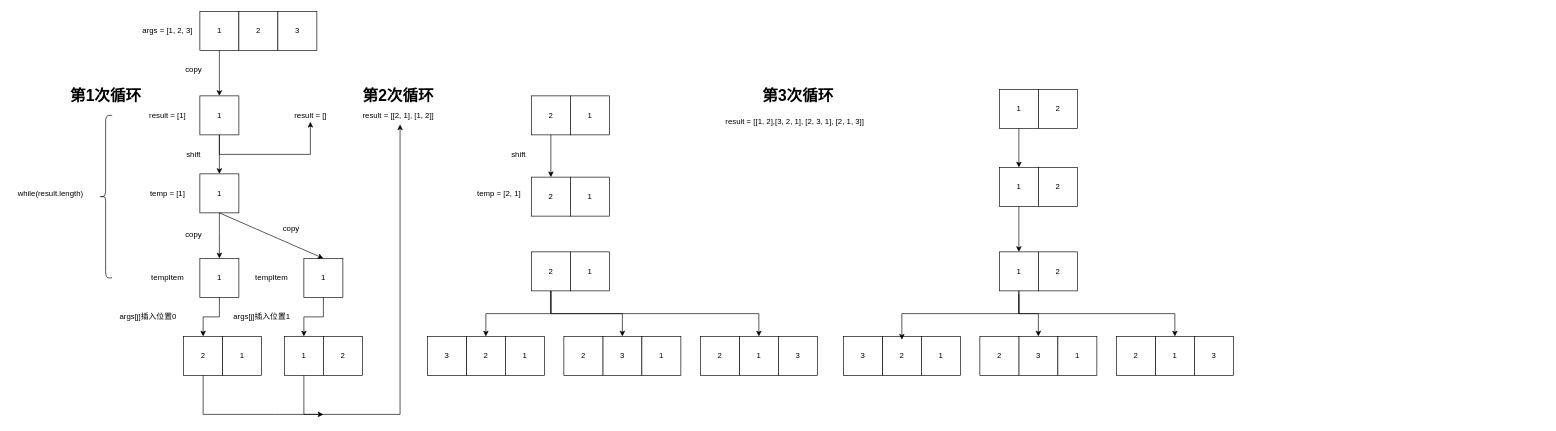
Above: Untitled Diagram.drawio in SimThread/prototype (draw.io), before the change. Source tidied: cells renumbered, new cells numbered last; positions are measured from the earlier drawing's top-left corner, leaving out a move shared by most shapes. Both pictures are drawn from the tidied source at 65%, with x=0, y=0 at pixel (11, 11).
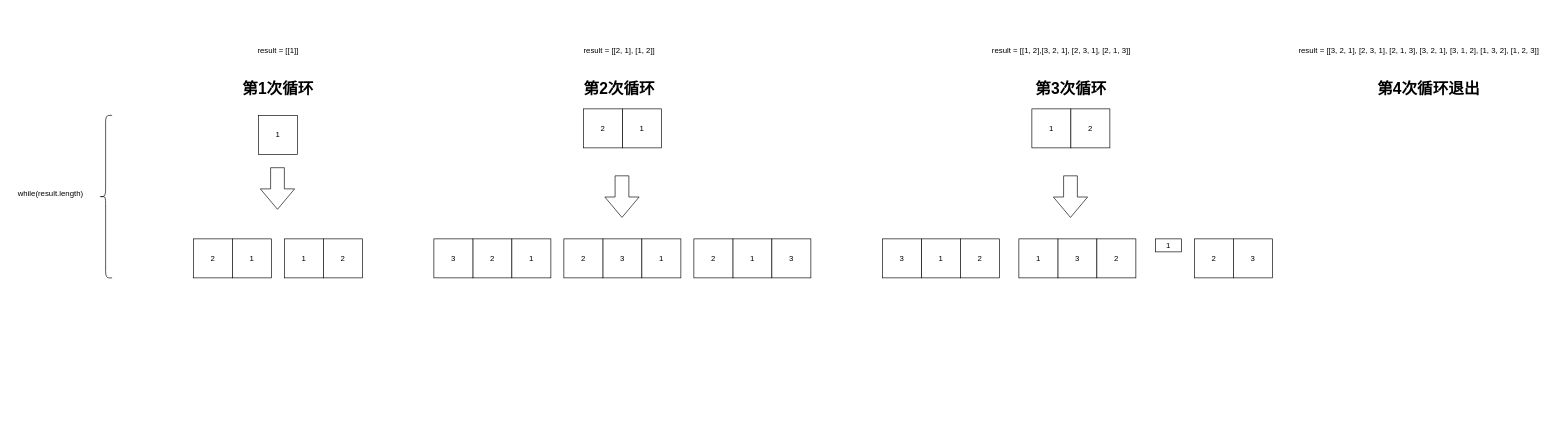
The same diagram, later.

Commit message (it also covers changes not shown here):
01-广度优先实现全排列.drawio

Unchanged cells that the change refers to:
```xml
<mxCell id="22" value="1" style="rounded=0;whiteSpace=wrap;html=1;" parent="21" vertex="1">
  <mxGeometry width="60" height="60" as="geometry" />
</mxCell>
<mxCell id="61" value="1" style="rounded=0;whiteSpace=wrap;html=1;" parent="60" vertex="1">
  <mxGeometry width="60" height="60" as="geometry" />
</mxCell>
<mxCell id="65" value="2" style="rounded=0;whiteSpace=wrap;html=1;" parent="64" vertex="1">
  <mxGeometry width="60" height="60" as="geometry" />
</mxCell>
<mxCell id="70" value="3" style="rounded=0;whiteSpace=wrap;html=1;" parent="69" vertex="1">
  <mxGeometry width="60" height="60" as="geometry" />
</mxCell>
<mxCell id="75" value="1" style="rounded=0;whiteSpace=wrap;html=1;" parent="74" vertex="1">
  <mxGeometry width="60" height="60" as="geometry" />
</mxCell>
<mxCell id="79" style="group;" parent="78" vertex="1">
  <mxGeometry x="60" width="120" height="60" as="geometry" />
</mxCell>
<mxCell id="84" style="group;" parent="83" vertex="1">
  <mxGeometry x="60" width="120" height="60" as="geometry" />
</mxCell>
<mxCell id="85" value="3" style="rounded=0;whiteSpace=wrap;html=1;" parent="84" vertex="1">
  <mxGeometry width="60" height="60" as="geometry" />
</mxCell>
<mxCell id="89" style="group;" parent="88" vertex="1">
  <mxGeometry x="60" width="120" height="60" as="geometry" />
</mxCell>
```

Diff of the diagram source:
```diff
@@
-    <mxCell id="2" value="result = [1]" style="text;html=1;align=center;verticalAlign=middle;strokeColor=none;" parent="1" vertex="1">
-      <mxGeometry x="205" y="150" width="70" height="20" as="geometry" />
-    </mxCell>
-    <mxCell id="3" value="args = [1, 2, 3]" style="text;html=1;align=center;verticalAlign=middle;strokeColor=none;" parent="1" vertex="1">
-      <mxGeometry x="195" y="20" width="90" height="20" as="geometry" />
-    </mxCell>
-    <mxCell id="4" style="edgeStyle=orthogonalEdgeStyle;rounded=0;jettySize=auto;html=1;" parent="1" edge="1" source="6" target="46">
-      <mxGeometry relative="1" as="geometry">
-        <Array as="points">
-          <mxPoint x="320" y="220" />
-          <mxPoint x="460" y="220" />
-        </Array>
-      </mxGeometry>
-    </mxCell>
-    <mxCell id="5" style="edgeStyle=orthogonalEdgeStyle;rounded=0;jettySize=auto;html=1;" parent="1" edge="1" source="6" target="8">
-      <mxGeometry relative="1" as="geometry" />
-    </mxCell>
-    <mxCell id="6" value="1" style="rounded=0;whiteSpace=wrap;html=1;" parent="1" vertex="1">
-      <mxGeometry x="290" y="130" width="60" height="60" as="geometry" />
-    </mxCell>
-    <mxCell id="7" value="temp = [1]" style="text;html=1;align=center;verticalAlign=middle;strokeColor=none;" parent="1" vertex="1">
-      <mxGeometry x="205" y="270" width="70" height="20" as="geometry" />
-    </mxCell>
-    <mxCell id="8" value="1" style="rounded=0;whiteSpace=wrap;html=1;" parent="1" vertex="1">
-      <mxGeometry x="290" y="250" width="60" height="60" as="geometry" />
-    </mxCell>
-    <mxCell id="9" value="tempItem" style="text;html=1;align=center;verticalAlign=middle;strokeColor=none;" parent="1" vertex="1">
-      <mxGeometry x="205" y="400" width="70" height="20" as="geometry" />
-    </mxCell>
-    <mxCell id="10" style="edgeStyle=orthogonalEdgeStyle;rounded=0;jettySize=auto;html=1;exitX=0.5;exitY=1;exitDx=0;exitDy=0;entryX=0.5;entryY=0;entryDx=0;entryDy=0;" parent="1" edge="1" source="11" target="17">
-      <mxGeometry relative="1" as="geometry" />
-    </mxCell>
-    <mxCell id="11" value="1" style="rounded=0;whiteSpace=wrap;html=1;" parent="1" vertex="1">
-      <mxGeometry x="290" y="380" width="60" height="60" as="geometry" />
-    </mxCell>
-    <mxCell id="12" style="edgeStyle=orthogonalEdgeStyle;rounded=0;jettySize=auto;html=1;entryX=0.5;entryY=0;entryDx=0;entryDy=0;" parent="1" edge="1" source="13" target="22">
-      <mxGeometry relative="1" as="geometry" />
-    </mxCell>
     <mxCell id="13" value="1" style="rounded=0;whiteSpace=wrap;html=1;" parent="1" vertex="1">
-      <mxGeometry x="450" y="380" width="60" height="60" as="geometry" />
+      <mxGeometry x="380" y="160" width="60" height="60" as="geometry" />
     </mxCell>
-    <mxCell id="14" style="group;" parent="1" vertex="1">
-      <mxGeometry x="290" y="440" width="145" height="60" as="geometry" />
-    </mxCell>
-    <mxCell id="15" style="group;" parent="14" vertex="1">
-      <mxGeometry width="145" height="60" as="geometry" />
-    </mxCell>
-    <mxCell id="16" style="group;" parent="15" vertex="1">
-      <mxGeometry x="-25" y="60" width="120" height="60" as="geometry" />
-    </mxCell>
-    <mxCell id="17" value="2" style="rounded=0;whiteSpace=wrap;html=1;" parent="16" vertex="1">
-      <mxGeometry width="60" height="60" as="geometry" />
-    </mxCell>
-    <mxCell id="18" value="1" style="rounded=0;whiteSpace=wrap;html=1;" parent="16" vertex="1">
-      <mxGeometry x="60" width="60" height="60" as="geometry" />
-    </mxCell>
-    <mxCell id="19" value="args[j]插入位置1" style="text;html=1;align=center;verticalAlign=middle;strokeColor=none;" parent="15" vertex="1">
-      <mxGeometry x="45" y="20" width="100" height="20" as="geometry" />
-    </mxCell>
     <mxCell id="20" style="group;" parent="1" vertex="1">
-      <mxGeometry x="420" y="500" width="120" height="60" as="geometry" />
+      <mxGeometry x="420" y="350" width="120" height="60" as="geometry" />
     </mxCell>
@@
-    <mxCell id="24" style="group;" parent="1" vertex="1">
-      <mxGeometry x="290" width="180" height="60" as="geometry" />
-    </mxCell>
-    <mxCell id="25" value="1" style="rounded=0;whiteSpace=wrap;html=1;" parent="24" vertex="1">
-      <mxGeometry width="60" height="60" as="geometry" />
-    </mxCell>
-    <mxCell id="26" value="2" style="rounded=0;whiteSpace=wrap;html=1;" parent="24" vertex="1">
-      <mxGeometry x="60" width="60" height="60" as="geometry" />
-    </mxCell>
-    <mxCell id="27" value="3" style="rounded=0;whiteSpace=wrap;html=1;" parent="24" vertex="1">
-      <mxGeometry x="120" width="60" height="60" as="geometry" />
-    </mxCell>
-    <mxCell id="28" style="endArrow=classic;html=1;exitX=0.5;exitY=1;exitDx=0;exitDy=0;entryX=0.5;entryY=0;entryDx=0;entryDy=0;entryPerimeter=0;" parent="1" edge="1" source="8" target="11">
-      <mxGeometry relative="1" as="geometry">
-        <Array as="points">
-          <mxPoint x="320" y="350" />
-        </Array>
-      </mxGeometry>
-    </mxCell>
-    <mxCell id="29" style="endArrow=classic;html=1;exitX=0.5;exitY=1;exitDx=0;exitDy=0;entryX=0.5;entryY=0;entryDx=0;entryDy=0;" parent="1" edge="1" source="8" target="13">
-      <mxGeometry relative="1" as="geometry" />
-    </mxCell>
-    <mxCell id="30" value="copy" style="text;html=1;align=center;verticalAlign=middle;strokeColor=none;" parent="1" vertex="1">
-      <mxGeometry x="260" y="334" width="40" height="20" as="geometry" />
-    </mxCell>
-    <mxCell id="31" value="copy" style="text;html=1;align=center;verticalAlign=middle;strokeColor=none;" parent="1" vertex="1">
-      <mxGeometry x="410" y="324" width="40" height="20" as="geometry" />
-    </mxCell>
-    <mxCell id="32" style="edgeStyle=orthogonalEdgeStyle;rounded=0;jettySize=auto;html=1;entryX=0.5;entryY=0;entryDx=0;entryDy=0;" parent="1" edge="1" source="25" target="6">
-      <mxGeometry relative="1" as="geometry" />
-    </mxCell>
-    <mxCell id="33" value="copy" style="text;html=1;align=center;verticalAlign=middle;strokeColor=none;" parent="1" vertex="1">
-      <mxGeometry x="260" y="80" width="40" height="20" as="geometry" />
-    </mxCell>
-    <mxCell id="34" value="shift" style="text;html=1;align=center;verticalAlign=middle;strokeColor=none;" parent="1" vertex="1">
-      <mxGeometry x="260" y="210" width="40" height="20" as="geometry" />
-    </mxCell>
@@
-    <mxCell id="37" style="group;" parent="1" vertex="1">
-      <mxGeometry x="800" y="130" width="120" height="60" as="geometry" />
-    </mxCell>
-    <mxCell id="38" value="2" style="rounded=0;whiteSpace=wrap;html=1;" parent="37" vertex="1">
-      <mxGeometry width="60" height="60" as="geometry" />
-    </mxCell>
-    <mxCell id="39" value="1" style="rounded=0;whiteSpace=wrap;html=1;" parent="37" vertex="1">
-      <mxGeometry x="60" width="60" height="60" as="geometry" />
-    </mxCell>
     <mxCell id="40" value="result = [[2, 1], [1, 2]]" style="text;html=1;align=center;verticalAlign=middle;points=[];strokeColor=none;" parent="1" vertex="1">
-      <mxGeometry x="530" y="150" width="130" height="20" as="geometry" />
+      <mxGeometry x="870" y="50" width="130" height="20" as="geometry" />
     </mxCell>
-    <mxCell id="41" style="edgeStyle=orthogonalEdgeStyle;rounded=0;jettySize=auto;html=1;entryX=0.523;entryY=1.2;entryDx=0;entryDy=0;entryPerimeter=0;" parent="1" edge="1" source="17" target="40">
-      <mxGeometry relative="1" as="geometry">
-        <Array as="points">
-          <mxPoint x="405" y="620" />
-          <mxPoint x="698" y="620" />
-        </Array>
-      </mxGeometry>
-    </mxCell>
-    <mxCell id="42" style="edgeStyle=orthogonalEdgeStyle;rounded=0;jettySize=auto;html=1;" parent="1" edge="1" source="22">
-      <mxGeometry relative="1" as="geometry">
-        <mxPoint x="480" y="620" as="targetPoint" />
-        <Array as="points">
-          <mxPoint x="450" y="620" />
-        </Array>
-      </mxGeometry>
-    </mxCell>
-    <mxCell id="43" value="temp = [2, 1]" style="text;html=1;align=center;verticalAlign=middle;strokeColor=none;" parent="1" vertex="1">
-      <mxGeometry x="710" y="270" width="80" height="20" as="geometry" />
-    </mxCell>
-    <mxCell id="44" style="edgeStyle=orthogonalEdgeStyle;rounded=0;jettySize=auto;html=1;entryX=0.5;entryY=0;entryDx=0;entryDy=0;" parent="1" edge="1" source="38" target="53">
-      <mxGeometry relative="1" as="geometry" />
-    </mxCell>
-    <mxCell id="45" value="shift" style="text;html=1;align=center;verticalAlign=middle;strokeColor=none;" parent="1" vertex="1">
-      <mxGeometry x="760" y="210" width="40" height="20" as="geometry" />
-    </mxCell>
-    <mxCell id="46" value="result = []" style="text;html=1;align=center;verticalAlign=middle;points=[];strokeColor=none;rotation=0;" parent="1" vertex="1">
-      <mxGeometry x="425" y="150" width="70" height="20" as="geometry" />
-    </mxCell>
-    <mxCell id="47" value="args[j]插入位置0" style="text;html=1;align=center;verticalAlign=middle;strokeColor=none;" parent="1" vertex="1">
-      <mxGeometry x="160" y="460" width="100" height="20" as="geometry" />
-    </mxCell>
-    <mxCell id="48" value="tempItem" style="text;html=1;align=center;verticalAlign=middle;strokeColor=none;" parent="1" vertex="1">
-      <mxGeometry x="365" y="400" width="70" height="20" as="geometry" />
-    </mxCell>
     <mxCell id="49" value="第1次循环" style="text;strokeColor=none;fillColor=none;html=1;fontSize=24;fontStyle=1;verticalAlign=middle;align=center;" parent="1" vertex="1">
-      <mxGeometry x="95" y="110" width="100" height="40" as="geometry" />
+      <mxGeometry x="360" y="100" width="100" height="40" as="geometry" />
     </mxCell>
     <mxCell id="50" value="第2次循环" style="text;strokeColor=none;fillColor=none;html=1;fontSize=24;fontStyle=1;verticalAlign=middle;align=center;" parent="1" vertex="1">
-      <mxGeometry x="545" y="110" width="100" height="40" as="geometry" />
+      <mxGeometry x="885" y="100" width="100" height="40" as="geometry" />
     </mxCell>
-    <mxCell id="51" style="group;" parent="1" vertex="1">
-      <mxGeometry x="800" y="255" width="120" height="60" as="geometry" />
-    </mxCell>
-    <mxCell id="52" style="group;" parent="51" vertex="1">
-      <mxGeometry width="120" height="60" as="geometry" />
-    </mxCell>
-    <mxCell id="53" value="2" style="rounded=0;whiteSpace=wrap;html=1;" parent="52" vertex="1">
-      <mxGeometry width="60" height="60" as="geometry" />
-    </mxCell>
-    <mxCell id="54" value="1" style="rounded=0;whiteSpace=wrap;html=1;" parent="52" vertex="1">
-      <mxGeometry x="60" width="60" height="60" as="geometry" />
-    </mxCell>
-    <mxCell id="55" style="group;" parent="1" vertex="1">
-      <mxGeometry x="800" y="370" width="120" height="60" as="geometry" />
-    </mxCell>
-    <mxCell id="56" style="group;" parent="55" vertex="1">
-      <mxGeometry width="120" height="60" as="geometry" />
-    </mxCell>
-    <mxCell id="57" style="group;" parent="56" vertex="1">
-      <mxGeometry width="120" height="60" as="geometry" />
-    </mxCell>
-    <mxCell id="58" value="2" style="rounded=0;whiteSpace=wrap;html=1;" parent="57" vertex="1">
-      <mxGeometry width="60" height="60" as="geometry" />
-    </mxCell>
-    <mxCell id="59" value="1" style="rounded=0;whiteSpace=wrap;html=1;" parent="57" vertex="1">
-      <mxGeometry x="60" width="60" height="60" as="geometry" />
-    </mxCell>
     <mxCell id="60" style="group;" parent="1" vertex="1">
-      <mxGeometry x="1520" y="370" width="120" height="60" as="geometry" />
+      <mxGeometry x="1570" y="150" width="120" height="60" as="geometry" />
     </mxCell>
@@
     <mxCell id="63" style="group;" parent="1" vertex="1">
-      <mxGeometry x="640" y="500" width="180" height="60" as="geometry" />
+      <mxGeometry x="650" y="350" width="180" height="60" as="geometry" />
     </mxCell>
@@
     <mxCell id="68" style="group;" parent="1" vertex="1">
-      <mxGeometry x="850" y="500" width="180" height="60" as="geometry" />
+      <mxGeometry x="850" y="350" width="180" height="60" as="geometry" />
     </mxCell>
@@
     <mxCell id="73" style="group;" parent="1" vertex="1">
-      <mxGeometry x="1060" y="500" width="180" height="60" as="geometry" />
+      <mxGeometry x="1050" y="350" width="180" height="60" as="geometry" />
     </mxCell>
@@
     <mxCell id="78" style="group;" parent="1" vertex="1">
-      <mxGeometry x="1280" y="500" width="180" height="60" as="geometry" />
+      <mxGeometry x="1340" y="350" width="180" height="60" as="geometry" />
     </mxCell>
@@
-    <mxCell id="80" value="2" style="rounded=0;whiteSpace=wrap;html=1;" parent="79" vertex="1">
+    <mxCell id="80" value="1" style="rounded=0;whiteSpace=wrap;html=1;" parent="79" vertex="1">
       <mxGeometry width="60" height="60" as="geometry" />
     </mxCell>
-    <mxCell id="81" value="1" style="rounded=0;whiteSpace=wrap;html=1;" parent="79" vertex="1">
+    <mxCell id="81" value="2" style="rounded=0;whiteSpace=wrap;html=1;" parent="79" vertex="1">
       <mxGeometry x="60" width="60" height="60" as="geometry" />
     </mxCell>
@@
     <mxCell id="83" style="group;" parent="1" vertex="1">
-      <mxGeometry x="1490" y="500" width="180" height="60" as="geometry" />
+      <mxGeometry x="1550" y="350" width="180" height="60" as="geometry" />
     </mxCell>
@@
-    <mxCell id="86" value="1" style="rounded=0;whiteSpace=wrap;html=1;" parent="84" vertex="1">
+    <mxCell id="86" value="2" style="rounded=0;whiteSpace=wrap;html=1;" parent="84" vertex="1">
       <mxGeometry x="60" width="60" height="60" as="geometry" />
     </mxCell>
-    <mxCell id="87" value="2" style="rounded=0;whiteSpace=wrap;html=1;" parent="83" vertex="1">
+    <mxCell id="87" value="1" style="rounded=0;whiteSpace=wrap;html=1;" parent="83" vertex="1">
       <mxGeometry width="60" height="60" as="geometry" />
     </mxCell>
     <mxCell id="88" style="group;" parent="1" vertex="1">
-      <mxGeometry x="1700" y="500" width="180" height="60" as="geometry" />
+      <mxGeometry x="1760" y="350" width="180" height="60" as="geometry" />
     </mxCell>
@@
-    <mxCell id="90" value="1" style="rounded=0;whiteSpace=wrap;html=1;" parent="89" vertex="1">
+    <mxCell id="90" value="2" style="rounded=0;whiteSpace=wrap;html=1;" parent="89" vertex="1">
       <mxGeometry width="60" height="60" as="geometry" />
     </mxCell>
@@
-    <mxCell id="92" value="2" style="rounded=0;whiteSpace=wrap;html=1;" parent="88" vertex="1">
-      <mxGeometry width="60" height="60" as="geometry" />
+    <mxCell id="92" value="1" style="rounded=0;whiteSpace=wrap;html=1;" parent="88" vertex="1" collapsed="1">
+      <mxGeometry width="40" height="20" as="geometry" />
     </mxCell>
-    <mxCell id="93" style="edgeStyle=orthogonalEdgeStyle;rounded=0;jettySize=auto;html=1;entryX=0.5;entryY=0;entryDx=0;entryDy=0;exitX=0.5;exitY=1;exitDx=0;exitDy=0;" parent="1" edge="1" source="58" target="65">
-      <mxGeometry relative="1" as="geometry" />
-    </mxCell>
-    <mxCell id="94" style="edgeStyle=orthogonalEdgeStyle;rounded=0;jettySize=auto;html=1;exitX=0.5;exitY=1;exitDx=0;exitDy=0;entryX=0.5;entryY=0;entryDx=0;entryDy=0;entryPerimeter=0;" parent="1" edge="1" source="58" target="70">
-      <mxGeometry relative="1" as="geometry" />
-    </mxCell>
-    <mxCell id="95" style="edgeStyle=orthogonalEdgeStyle;rounded=0;jettySize=auto;html=1;exitX=0.5;exitY=1;exitDx=0;exitDy=0;entryX=0.5;entryY=0;entryDx=0;entryDy=0;" parent="1" edge="1" source="58" target="75">
-      <mxGeometry relative="1" as="geometry" />
-    </mxCell>
-    <mxCell id="96" style="edgeStyle=orthogonalEdgeStyle;rounded=0;orthogonalLoop=1;jettySize=auto;html=1;entryX=0.5;entryY=0;entryDx=0;entryDy=0;" parent="1" edge="1">
-      <mxGeometry relative="1" as="geometry">
-        <mxPoint x="1550" y="435" as="sourcePoint" />
-        <mxPoint x="1370" y="505" as="targetPoint" />
-        <Array as="points">
-          <mxPoint x="1550" y="465" />
-          <mxPoint x="1370" y="465" />
-        </Array>
-      </mxGeometry>
-    </mxCell>
-    <mxCell id="97" style="edgeStyle=orthogonalEdgeStyle;rounded=0;jettySize=auto;html=1;entryX=0.5;entryY=0;entryDx=0;entryDy=0;" parent="1" edge="1" source="61" target="85">
-      <mxGeometry relative="1" as="geometry" />
-    </mxCell>
-    <mxCell id="98" style="edgeStyle=orthogonalEdgeStyle;rounded=0;jettySize=auto;html=1;exitX=0.5;exitY=1;exitDx=0;exitDy=0;" parent="1" edge="1" source="61" target="90">
-      <mxGeometry relative="1" as="geometry" />
-    </mxCell>
     <mxCell id="99" value="result = [[1, 2],[3, 2, 1], [2, 3, 1], [2, 1, 3]]" style="text;html=1;align=center;verticalAlign=middle;strokeColor=none;" parent="1" vertex="1">
-      <mxGeometry x="1090" y="160" width="230" height="20" as="geometry" />
+      <mxGeometry x="1500" y="50" width="230" height="20" as="geometry" />
     </mxCell>
     <mxCell id="100" value="第3次循环" style="text;strokeColor=none;fillColor=none;html=1;fontSize=24;fontStyle=1;verticalAlign=middle;align=center;" parent="1" vertex="1">
-      <mxGeometry x="1160" y="110" width="100" height="40" as="geometry" />
+      <mxGeometry x="1580" y="100" width="100" height="40" as="geometry" />
     </mxCell>
-    <mxCell id="101" style="group;" parent="1" vertex="1">
-      <mxGeometry x="1520" y="120" width="120" height="60" as="geometry" />
-    </mxCell>
-    <mxCell id="102" value="1" style="rounded=0;whiteSpace=wrap;html=1;" parent="101" vertex="1">
-      <mxGeometry width="60" height="60" as="geometry" />
-    </mxCell>
-    <mxCell id="103" value="2" style="rounded=0;whiteSpace=wrap;html=1;" parent="101" vertex="1">
-      <mxGeometry x="60" width="60" height="60" as="geometry" />
-    </mxCell>
-    <mxCell id="104" style="group;" parent="1" vertex="1">
-      <mxGeometry x="1520" y="240" width="120" height="60" as="geometry" />
-    </mxCell>
-    <mxCell id="105" value="1" style="rounded=0;whiteSpace=wrap;html=1;" parent="104" vertex="1">
-      <mxGeometry width="60" height="60" as="geometry" />
-    </mxCell>
-    <mxCell id="106" value="2" style="rounded=0;whiteSpace=wrap;html=1;" parent="104" vertex="1">
-      <mxGeometry x="60" width="60" height="60" as="geometry" />
-    </mxCell>
-    <mxCell id="107" style="edgeStyle=orthogonalEdgeStyle;rounded=0;jettySize=auto;html=1;entryX=0.5;entryY=0;entryDx=0;entryDy=0;" parent="1" edge="1" source="102" target="105">
-      <mxGeometry relative="1" as="geometry" />
-    </mxCell>
-    <mxCell id="108" style="edgeStyle=orthogonalEdgeStyle;rounded=0;jettySize=auto;html=1;entryX=0.5;entryY=0;entryDx=0;entryDy=0;" parent="1" edge="1" source="105" target="61">
-      <mxGeometry relative="1" as="geometry" />
-    </mxCell>
+    <mxCell id="16" style="group;" parent="1" vertex="1">
+      <mxGeometry x="280" y="350" width="120" height="60" as="geometry" />
+    </mxCell>
+    <mxCell id="17" value="2" style="rounded=0;whiteSpace=wrap;html=1;" parent="16" vertex="1">
+      <mxGeometry width="60" height="60" as="geometry" />
+    </mxCell>
+    <mxCell id="18" value="1" style="rounded=0;whiteSpace=wrap;html=1;" parent="16" vertex="1">
+      <mxGeometry x="60" width="60" height="60" as="geometry" />
+    </mxCell>
+    <mxCell id="109" value="result = [[1]]" style="text;html=1;align=center;verticalAlign=middle;strokeColor=none;" parent="1" vertex="1">
+      <mxGeometry x="370" y="50" width="80" height="20" as="geometry" />
+    </mxCell>
+    <mxCell id="110" style="group;" parent="1" vertex="1">
+      <mxGeometry x="880" y="150" width="120" height="60" as="geometry" />
+    </mxCell>
+    <mxCell id="39" value="1" style="rounded=0;whiteSpace=wrap;html=1;" parent="110" vertex="1">
+      <mxGeometry x="60" width="60" height="60" as="geometry" />
+    </mxCell>
+    <mxCell id="38" value="2" style="rounded=0;whiteSpace=wrap;html=1;" parent="110" vertex="1">
+      <mxGeometry width="60" height="60" as="geometry" />
+    </mxCell>
+    <mxCell id="111" style="shape=flexArrow;endArrow=classic;html=1;endWidth=30.58823529411765;endSize=10.141176470588235;width=21.176470588235293;" parent="1" edge="1">
+      <mxGeometry relative="1" as="geometry">
+        <mxPoint x="409.4" y="240" as="sourcePoint" />
+        <mxPoint x="409.4" y="305" as="targetPoint" />
+      </mxGeometry>
+    </mxCell>
+    <mxCell id="112" style="shape=flexArrow;endArrow=classic;html=1;endWidth=30.58823529411765;endSize=10.141176470588235;width=21.176470588235293;" parent="1" edge="1">
+      <mxGeometry relative="1" as="geometry">
+        <mxPoint x="939.4" y="252.5" as="sourcePoint" />
+        <mxPoint x="939.4" y="317.5" as="targetPoint" />
+      </mxGeometry>
+    </mxCell>
+    <mxCell id="113" style="shape=flexArrow;endArrow=classic;html=1;endWidth=30.58823529411765;endSize=10.141176470588235;width=21.176470588235293;" parent="1" edge="1">
+      <mxGeometry relative="1" as="geometry">
+        <mxPoint x="1629.4" y="252.5" as="sourcePoint" />
+        <mxPoint x="1629.4" y="317.5" as="targetPoint" />
+      </mxGeometry>
+    </mxCell>
+    <mxCell id="114" value="result = [[3, 2, 1], [2, 3, 1], [2, 1, 3], [3, 2, 1], [3, 1, 2], [1, 3, 2], [1, 2, 3]]" style="text;html=1;align=center;verticalAlign=middle;strokeColor=none;" parent="1" vertex="1">
+      <mxGeometry x="1970" y="50" width="390" height="20" as="geometry" />
+    </mxCell>
+    <mxCell id="115" value="第4次循环退出" style="text;strokeColor=none;fillColor=none;html=1;fontSize=24;fontStyle=1;verticalAlign=middle;align=center;" parent="1" vertex="1">
+      <mxGeometry x="2130" y="100" width="100" height="40" as="geometry" />
+    </mxCell>
```
